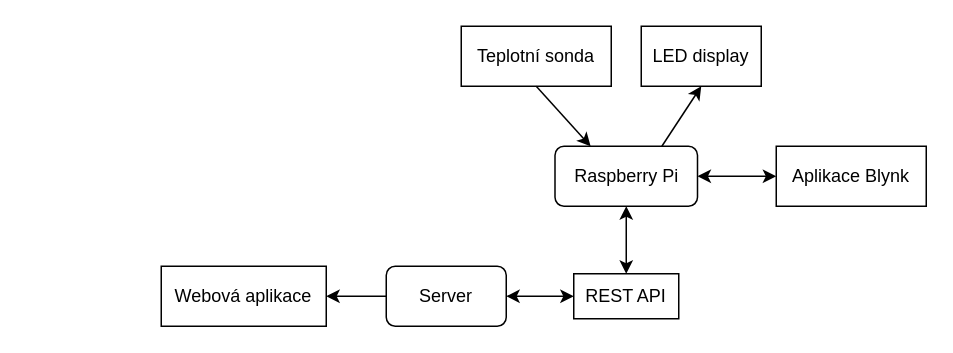
The draw.io diagram diagram.drawio in rychtaradam/maturita, before the edit. Source tidied: cells renumbered, new cells numbered last; positions are measured from the earlier drawing's top-left corner, leaving out a move shared by most shapes. Both pictures are drawn from the tidied source at 150%, with x=0, y=0 at pixel (160, 26).
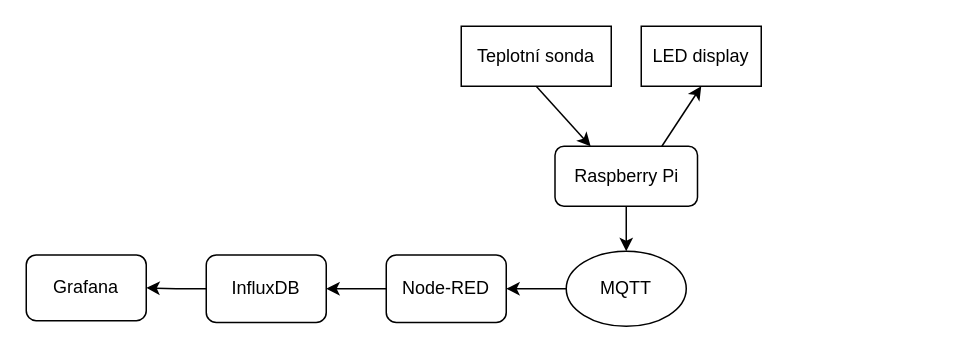
Above is the later version.

The edit, as a diff of the source:
```diff
@@
 <mxGraphModel>
   <root>
     <mxCell id="0" />
     <mxCell id="1" parent="0" />
     <mxCell id="2" value="Raspberry Pi" style="rounded=1;whiteSpace=wrap;html=1;" parent="1" vertex="1">
       <mxGeometry x="262.5" y="80" width="95" height="40" as="geometry" />
     </mxCell>
     <mxCell id="3" value="Teplotní sonda" style="rounded=0;whiteSpace=wrap;html=1;" parent="1" vertex="1">
       <mxGeometry x="200" width="100" height="40" as="geometry" />
     </mxCell>
     <mxCell id="4" value="LED display" style="rounded=0;whiteSpace=wrap;html=1;" parent="1" vertex="1">
       <mxGeometry x="320" width="80" height="40" as="geometry" />
     </mxCell>
-    <mxCell id="5" style="edgeStyle=orthogonalEdgeStyle;rounded=0;jettySize=auto;html=1;entryX=1;entryY=0.5;entryDx=0;entryDy=0;" parent="1" edge="1" source="6" target="10">
-      <mxGeometry relative="1" as="geometry" />
-    </mxCell>
-    <mxCell id="6" value="Server" style="rounded=1;whiteSpace=wrap;html=1;" parent="1" vertex="1">
-      <mxGeometry x="150" y="160" width="80" height="40" as="geometry" />
-    </mxCell>
-    <mxCell id="7" value="REST API" style="rounded=0;whiteSpace=wrap;html=1;" parent="1" vertex="1">
-      <mxGeometry x="275" y="165" width="70" height="30" as="geometry" />
-    </mxCell>
-    <mxCell id="8" style="endArrow=classic;startArrow=classic;html=1;entryX=0;entryY=0.5;entryDx=0;entryDy=0;exitX=1;exitY=0.5;exitDx=0;exitDy=0;" parent="1" edge="1" source="6" target="7">
-      <mxGeometry relative="1" as="geometry" />
-    </mxCell>
-    <mxCell id="9" style="endArrow=classic;startArrow=classic;html=1;exitX=0.5;exitY=0;exitDx=0;exitDy=0;entryX=0.5;entryY=1;entryDx=0;entryDy=0;" parent="1" edge="1" source="7" target="2">
-      <mxGeometry relative="1" as="geometry" />
+    <mxCell id="9" style="endArrow=none;startArrow=classic;html=1;entryX=0.5;entryY=1;entryDx=0;entryDy=0;startFill=1;endFill=0;" parent="1" edge="1" source="16" target="2">
+      <mxGeometry relative="1" as="geometry">
+        <Array as="points">
+          <mxPoint x="310" y="140" />
+        </Array>
+      </mxGeometry>
     </mxCell>
-    <mxCell id="10" value="Webová aplikace" style="rounded=0;whiteSpace=wrap;html=1;" parent="1" vertex="1">
-      <mxGeometry y="160" width="110" height="40" as="geometry" />
-    </mxCell>
-    <mxCell id="11" value="Aplikace Blynk" style="rounded=0;whiteSpace=wrap;html=1;" parent="1" vertex="1">
-      <mxGeometry x="410" y="80" width="100" height="40" as="geometry" />
-    </mxCell>
-    <mxCell id="12" style="endArrow=classic;startArrow=classic;html=1;entryX=0;entryY=0.5;entryDx=0;entryDy=0;exitX=1;exitY=0.5;exitDx=0;exitDy=0;" parent="1" edge="1" source="2" target="11">
-      <mxGeometry relative="1" as="geometry" />
-    </mxCell>
     <mxCell id="13" style="endArrow=classic;html=1;exitX=0.5;exitY=1;exitDx=0;exitDy=0;entryX=0.25;entryY=0;entryDx=0;entryDy=0;" parent="1" edge="1" source="3" target="2">
       <mxGeometry relative="1" as="geometry" />
     </mxCell>
     <mxCell id="14" style="endArrow=classic;html=1;exitX=0.75;exitY=0;exitDx=0;exitDy=0;entryX=0.5;entryY=1;entryDx=0;entryDy=0;" parent="1" edge="1" source="2" target="4">
       <mxGeometry relative="1" as="geometry" />
     </mxCell>
+    <mxCell id="15" style="edgeStyle=orthogonalEdgeStyle;rounded=0;jettySize=auto;html=1;startArrow=none;startFill=0;endArrow=classic;endFill=1;" parent="1" edge="1" source="16" target="18">
+      <mxGeometry relative="1" as="geometry" />
+    </mxCell>
+    <mxCell id="16" value="MQTT" style="ellipse;whiteSpace=wrap;html=1;" parent="1" vertex="1">
+      <mxGeometry x="270" y="150" width="80" height="50" as="geometry" />
+    </mxCell>
+    <mxCell id="17" style="edgeStyle=orthogonalEdgeStyle;rounded=0;jettySize=auto;html=1;startArrow=none;startFill=0;endArrow=classic;endFill=1;" parent="1" edge="1" source="18" target="20">
+      <mxGeometry relative="1" as="geometry" />
+    </mxCell>
+    <mxCell id="18" value="Node-RED" style="rounded=1;whiteSpace=wrap;html=1;" parent="1" vertex="1">
+      <mxGeometry x="150" y="152.5" width="80" height="45" as="geometry" />
+    </mxCell>
+    <mxCell id="19" style="edgeStyle=orthogonalEdgeStyle;rounded=0;jettySize=auto;html=1;startArrow=none;startFill=0;endArrow=classic;endFill=1;" parent="1" edge="1" source="20" target="21">
+      <mxGeometry relative="1" as="geometry" />
+    </mxCell>
+    <mxCell id="20" value="InfluxDB" style="rounded=1;whiteSpace=wrap;html=1;" parent="1" vertex="1">
+      <mxGeometry x="30" y="152.5" width="80" height="45" as="geometry" />
+    </mxCell>
+    <mxCell id="21" value="Grafana" style="rounded=1;whiteSpace=wrap;html=1;" parent="1" vertex="1">
+      <mxGeometry x="-90" y="152.5" width="80" height="43.8" as="geometry" />
+    </mxCell>
   </root>
 </mxGraphModel>
```
